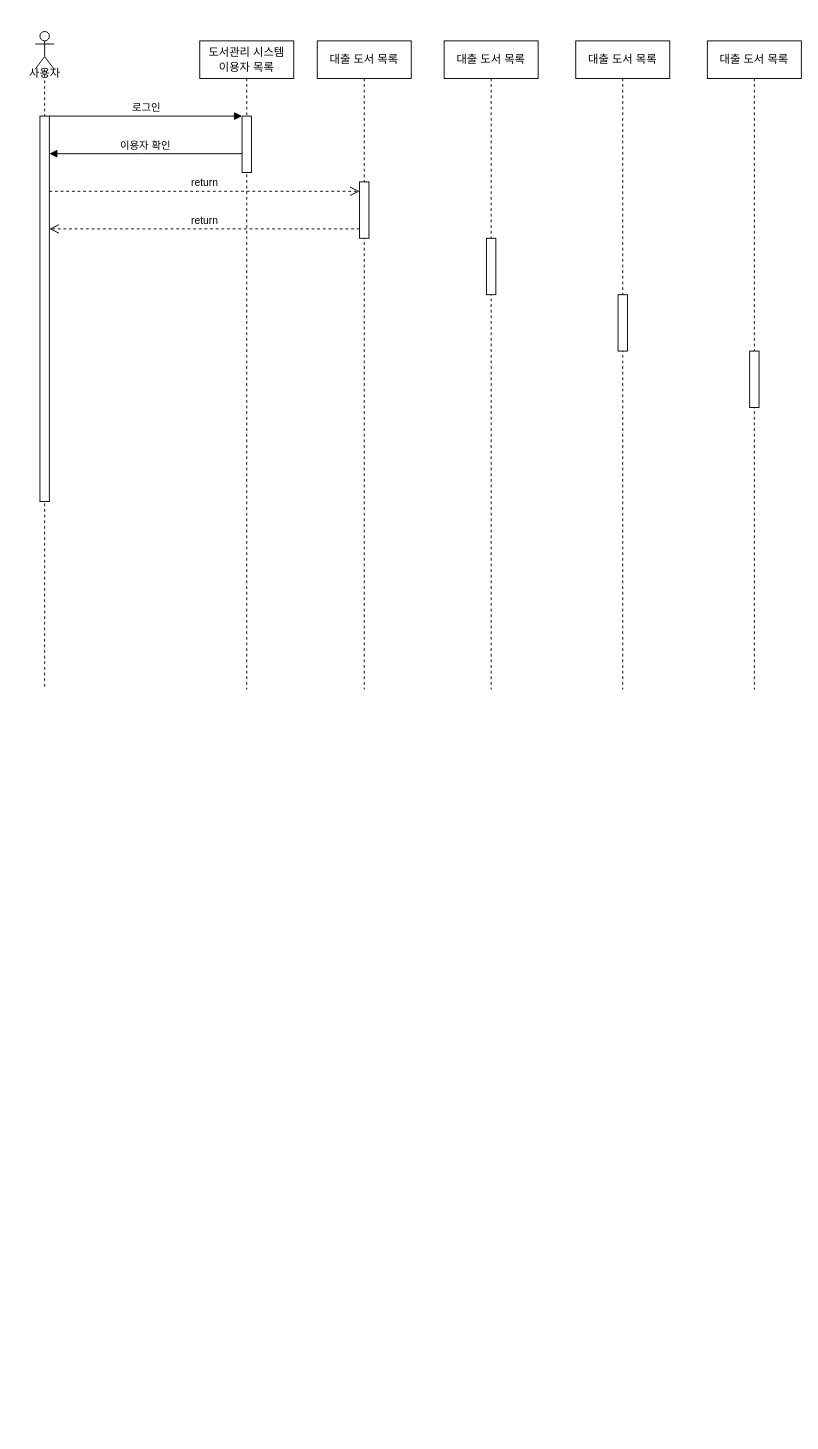
Earlier version of the draw.io diagram Behavioral_Modeling.drawio (ChanY00/-). Source tidied: cells renumbered, new cells numbered last; positions are measured from the earlier drawing's top-left corner, leaving out a move shared by most shapes. Both pictures are drawn from the tidied source at 94%, with x=0, y=0 at pixel (16, 31).
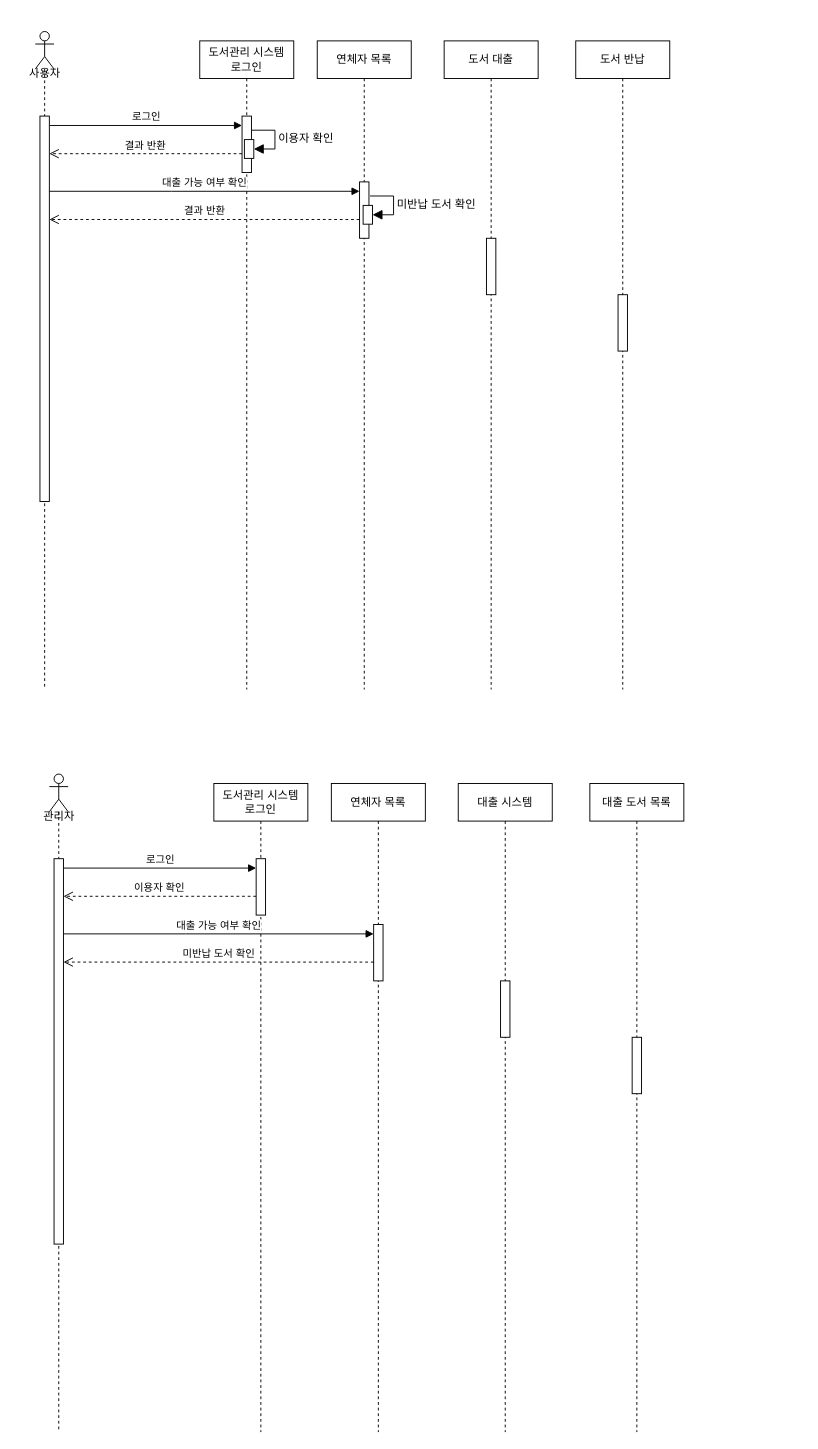
Above is the later version.

Unchanged cells that the change refers to:
```xml
<mxCell id="3" style="html=1;points=[];perimeter=orthogonalPerimeter;outlineConnect=0;targetShapes=umlLifeline;portConstraint=eastwest;newEdgeStyle={&quot;edgeStyle&quot;:&quot;elbowEdgeStyle&quot;,&quot;elbow&quot;:&quot;vertical&quot;,&quot;curved&quot;:0,&quot;rounded&quot;:0};" parent="2" vertex="1">
  <mxGeometry x="45" y="80" width="10" height="60" as="geometry" />
</mxCell>
<mxCell id="9" style="html=1;points=[];perimeter=orthogonalPerimeter;outlineConnect=0;targetShapes=umlLifeline;portConstraint=eastwest;newEdgeStyle={&quot;edgeStyle&quot;:&quot;elbowEdgeStyle&quot;,&quot;elbow&quot;:&quot;vertical&quot;,&quot;curved&quot;:0,&quot;rounded&quot;:0};" parent="8" vertex="1">
  <mxGeometry x="5" y="90" width="10" height="410" as="geometry" />
</mxCell>
<mxCell id="12" style="html=1;points=[];perimeter=orthogonalPerimeter;outlineConnect=0;targetShapes=umlLifeline;portConstraint=eastwest;newEdgeStyle={&quot;edgeStyle&quot;:&quot;elbowEdgeStyle&quot;,&quot;elbow&quot;:&quot;vertical&quot;,&quot;curved&quot;:0,&quot;rounded&quot;:0};" parent="11" vertex="1">
  <mxGeometry x="45" y="150" width="10" height="60" as="geometry" />
</mxCell>
```

Diff of the diagram source:
```diff
@@
-    <mxCell id="2" value="도서관리 시스템&lt;div&gt;이용자 목록&lt;/div&gt;" style="shape=umlLifeline;perimeter=lifelinePerimeter;whiteSpace=wrap;html=1;newEdgeStyle={&quot;edgeStyle&quot;:&quot;elbowEdgeStyle&quot;,&quot;elbow&quot;:&quot;vertical&quot;,&quot;curved&quot;:0,&quot;rounded&quot;:0};" parent="1" vertex="1">
+    <mxCell id="2" value="도서관리 시스템&lt;div&gt;로그인&lt;/div&gt;" style="shape=umlLifeline;perimeter=lifelinePerimeter;whiteSpace=wrap;html=1;newEdgeStyle={&quot;edgeStyle&quot;:&quot;elbowEdgeStyle&quot;,&quot;elbow&quot;:&quot;vertical&quot;,&quot;curved&quot;:0,&quot;rounded&quot;:0};" parent="1" vertex="1">
       <mxGeometry x="195" y="10" width="100" height="690" as="geometry" />
     </mxCell>
@@
+    <mxCell id="19" style="html=1;points=[[0,0,0,0,5],[0,1,0,0,-5],[1,0,0,0,5],[1,1,0,0,-5]];perimeter=orthogonalPerimeter;outlineConnect=0;targetShapes=umlLifeline;portConstraint=eastwest;newEdgeStyle={&quot;curved&quot;:0,&quot;rounded&quot;:0};" parent="2" vertex="1">
+      <mxGeometry x="47.5" y="105" width="10" height="20" as="geometry" />
+    </mxCell>
+    <mxCell id="20" value="이용자 확인" style="html=1;align=left;spacingLeft=2;endArrow=block;rounded=0;edgeStyle=orthogonalEdgeStyle;curved=0;rounded=0;fontSize=12;startSize=8;endSize=8;" parent="2" edge="1" source="3" target="19">
+      <mxGeometry relative="1" as="geometry">
+        <Array as="points">
+          <mxPoint x="80" y="95" />
+          <mxPoint x="80" y="115" />
+        </Array>
+      </mxGeometry>
+    </mxCell>
-    <mxCell id="4" value="로그인" style="html=1;verticalAlign=bottom;endArrow=block;edgeStyle=elbowEdgeStyle;elbow=vertical;curved=0;rounded=0;" parent="1" edge="1" source="9" target="3">
+    <mxCell id="4" value="로그인" style="html=1;verticalAlign=bottom;endArrow=block;edgeStyle=elbowEdgeStyle;elbow=vertical;curved=0;rounded=0;" parent="1" edge="1">
       <mxGeometry relative="1" as="geometry">
+        <mxPoint x="35" y="100" as="sourcePoint" />
+        <mxPoint x="240" y="100" as="targetPoint" />
         <Array as="points">
-          <mxPoint x="125" y="90" />
+          <mxPoint x="125" y="100" />
         </Array>
       </mxGeometry>
     </mxCell>
-    <mxCell id="5" value="return" style="html=1;verticalAlign=bottom;endArrow=open;dashed=1;endSize=8;edgeStyle=elbowEdgeStyle;elbow=vertical;curved=0;rounded=0;" parent="1" edge="1" source="12">
+    <mxCell id="5" value="결과 반환" style="html=1;verticalAlign=bottom;endArrow=open;dashed=1;endSize=8;edgeStyle=elbowEdgeStyle;elbow=vertical;curved=0;rounded=0;" parent="1" edge="1">
       <mxGeometry relative="1" as="geometry">
-        <mxPoint x="35" y="210" as="targetPoint" />
+        <mxPoint x="240" y="130" as="sourcePoint" />
+        <mxPoint x="35" y="130" as="targetPoint" />
         <Array as="points">
-          <mxPoint x="135" y="210" />
+          <mxPoint x="120" y="130" />
         </Array>
       </mxGeometry>
     </mxCell>
-    <mxCell id="6" value="이용자 확인" style="html=1;verticalAlign=bottom;endArrow=block;edgeStyle=elbowEdgeStyle;elbow=vertical;curved=0;rounded=0;" parent="1" edge="1" source="3" target="9">
-      <mxGeometry relative="1" as="geometry">
-        <Array as="points">
-          <mxPoint x="135" y="130" />
-        </Array>
-      </mxGeometry>
-    </mxCell>
-    <mxCell id="7" value="return" style="html=1;verticalAlign=bottom;endArrow=open;dashed=1;endSize=8;edgeStyle=elbowEdgeStyle;elbow=vertical;curved=0;rounded=0;" parent="1" edge="1" target="12">
-      <mxGeometry relative="1" as="geometry">
-        <mxPoint x="35" y="170" as="sourcePoint" />
-        <Array as="points">
-          <mxPoint x="90" y="170" />
-        </Array>
-      </mxGeometry>
-    </mxCell>
@@
-    <mxCell id="11" value="대출 도서 목록" style="shape=umlLifeline;perimeter=lifelinePerimeter;whiteSpace=wrap;html=1;newEdgeStyle={&quot;edgeStyle&quot;:&quot;elbowEdgeStyle&quot;,&quot;elbow&quot;:&quot;vertical&quot;,&quot;curved&quot;:0,&quot;rounded&quot;:0};" parent="1" vertex="1">
+    <mxCell id="11" value="연체자 목록" style="shape=umlLifeline;perimeter=lifelinePerimeter;whiteSpace=wrap;html=1;newEdgeStyle={&quot;edgeStyle&quot;:&quot;elbowEdgeStyle&quot;,&quot;elbow&quot;:&quot;vertical&quot;,&quot;curved&quot;:0,&quot;rounded&quot;:0};" parent="1" vertex="1">
       <mxGeometry x="320" y="10" width="100" height="690" as="geometry" />
     </mxCell>
@@
+    <mxCell id="21" style="html=1;points=[[0,0,0,0,5],[0,1,0,0,-5],[1,0,0,0,5],[1,1,0,0,-5]];perimeter=orthogonalPerimeter;outlineConnect=0;targetShapes=umlLifeline;portConstraint=eastwest;newEdgeStyle={&quot;curved&quot;:0,&quot;rounded&quot;:0};" parent="11" vertex="1">
+      <mxGeometry x="48.8" y="175" width="10" height="20" as="geometry" />
+    </mxCell>
+    <mxCell id="22" value="미반납 도서 확인" style="html=1;align=left;spacingLeft=2;endArrow=block;rounded=0;edgeStyle=orthogonalEdgeStyle;curved=0;rounded=0;fontSize=12;startSize=8;endSize=8;" parent="11" edge="1" target="21">
+      <mxGeometry relative="1" as="geometry">
+        <mxPoint x="56.2" y="165" as="sourcePoint" />
+        <Array as="points">
+          <mxPoint x="81.2" y="165" />
+          <mxPoint x="81.2" y="185" />
+        </Array>
+      </mxGeometry>
+    </mxCell>
-    <mxCell id="13" value="대출 도서 목록" style="shape=umlLifeline;perimeter=lifelinePerimeter;whiteSpace=wrap;html=1;newEdgeStyle={&quot;edgeStyle&quot;:&quot;elbowEdgeStyle&quot;,&quot;elbow&quot;:&quot;vertical&quot;,&quot;curved&quot;:0,&quot;rounded&quot;:0};" parent="1" vertex="1">
+    <mxCell id="13" value="도서 대출" style="shape=umlLifeline;perimeter=lifelinePerimeter;whiteSpace=wrap;html=1;newEdgeStyle={&quot;edgeStyle&quot;:&quot;elbowEdgeStyle&quot;,&quot;elbow&quot;:&quot;vertical&quot;,&quot;curved&quot;:0,&quot;rounded&quot;:0};" parent="1" vertex="1">
       <mxGeometry x="455" y="10" width="100" height="690" as="geometry" />
     </mxCell>
@@
-    <mxCell id="15" value="대출 도서 목록" style="shape=umlLifeline;perimeter=lifelinePerimeter;whiteSpace=wrap;html=1;newEdgeStyle={&quot;edgeStyle&quot;:&quot;elbowEdgeStyle&quot;,&quot;elbow&quot;:&quot;vertical&quot;,&quot;curved&quot;:0,&quot;rounded&quot;:0};" parent="1" vertex="1">
+    <mxCell id="15" value="도서 반납" style="shape=umlLifeline;perimeter=lifelinePerimeter;whiteSpace=wrap;html=1;newEdgeStyle={&quot;edgeStyle&quot;:&quot;elbowEdgeStyle&quot;,&quot;elbow&quot;:&quot;vertical&quot;,&quot;curved&quot;:0,&quot;rounded&quot;:0};" parent="1" vertex="1">
       <mxGeometry x="595" y="10" width="100" height="690" as="geometry" />
     </mxCell>
@@
+    <mxCell id="23" value="대출 가능 여부 확인" style="html=1;verticalAlign=bottom;endArrow=block;edgeStyle=elbowEdgeStyle;elbow=vertical;curved=0;rounded=0;" parent="1" edge="1">
+      <mxGeometry relative="1" as="geometry">
+        <mxPoint x="35" y="170" as="sourcePoint" />
+        <mxPoint x="365" y="170" as="targetPoint" />
+        <Array as="points">
+          <mxPoint x="165" y="170" />
+        </Array>
+      </mxGeometry>
+    </mxCell>
+    <mxCell id="24" value="결과 반환" style="html=1;verticalAlign=bottom;endArrow=open;dashed=1;endSize=8;edgeStyle=elbowEdgeStyle;elbow=vertical;curved=0;rounded=0;" parent="1" edge="1" source="12" target="9">
+      <mxGeometry relative="1" as="geometry">
+        <Array as="points">
+          <mxPoint x="175" y="200" />
+        </Array>
+      </mxGeometry>
+    </mxCell>
+    <mxCell id="25" value="도서관리 시스템&lt;div&gt;로그인&lt;/div&gt;" style="shape=umlLifeline;perimeter=lifelinePerimeter;whiteSpace=wrap;html=1;newEdgeStyle={&quot;edgeStyle&quot;:&quot;elbowEdgeStyle&quot;,&quot;elbow&quot;:&quot;vertical&quot;,&quot;curved&quot;:0,&quot;rounded&quot;:0};" parent="1" vertex="1">
+      <mxGeometry x="210" y="800" width="100" height="690" as="geometry" />
+    </mxCell>
+    <mxCell id="26" style="html=1;perimeter=orthogonalPerimeter;targetShapes=umlLifeline;newEdgeStyle={&quot;edgeStyle&quot;:&quot;elbowEdgeStyle&quot;,&quot;elbow&quot;:&quot;vertical&quot;,&quot;curved&quot;:0,&quot;rounded&quot;:0};" parent="25" vertex="1">
+      <mxGeometry x="45" y="80" width="10" height="60" as="geometry" />
+    </mxCell>
+    <mxCell id="27" value="로그인" style="html=1;verticalAlign=bottom;endArrow=block;edgeStyle=elbowEdgeStyle;elbow=vertical;curved=0;rounded=0;" parent="1" edge="1">
+      <mxGeometry relative="1" as="geometry">
+        <mxPoint x="50" y="890" as="sourcePoint" />
+        <mxPoint x="255" y="890" as="targetPoint" />
+        <Array as="points">
+          <mxPoint x="140" y="890" />
+        </Array>
+      </mxGeometry>
+    </mxCell>
+    <mxCell id="28" value="이용자 확인" style="html=1;verticalAlign=bottom;endArrow=open;dashed=1;endSize=8;edgeStyle=elbowEdgeStyle;elbow=vertical;curved=0;rounded=0;" parent="1" edge="1">
+      <mxGeometry relative="1" as="geometry">
+        <mxPoint x="255" y="920" as="sourcePoint" />
+        <mxPoint x="50" y="920" as="targetPoint" />
+        <Array as="points">
+          <mxPoint x="135" y="920" />
+        </Array>
+      </mxGeometry>
+    </mxCell>
+    <mxCell id="29" value="&lt;div&gt;&lt;br&gt;&lt;/div&gt;&lt;div&gt;&lt;br&gt;&lt;/div&gt;&lt;div&gt;&lt;br&gt;&lt;/div&gt;&lt;div&gt;&lt;br&gt;&lt;/div&gt;&lt;div&gt;&lt;br&gt;&lt;/div&gt;" style="shape=umlLifeline;perimeter=lifelinePerimeter;whiteSpace=wrap;html=1;newEdgeStyle={&quot;curved&quot;:0,&quot;rounded&quot;:0};participant=umlActor;size=40;" parent="1" vertex="1">
+      <mxGeometry x="35" y="790" width="20" height="700" as="geometry" />
+    </mxCell>
+    <mxCell id="30" style="html=1;points=[];perimeter=orthogonalPerimeter;outlineConnect=0;targetShapes=umlLifeline;portConstraint=eastwest;newEdgeStyle={&quot;edgeStyle&quot;:&quot;elbowEdgeStyle&quot;,&quot;elbow&quot;:&quot;vertical&quot;,&quot;curved&quot;:0,&quot;rounded&quot;:0};" parent="29" vertex="1">
+      <mxGeometry x="5" y="90" width="10" height="410" as="geometry" />
+    </mxCell>
+    <mxCell id="31" value="관리자" style="text;html=1;align=center;verticalAlign=middle;strokeColor=none;fillColor=none;" parent="1" vertex="1">
+      <mxGeometry x="15" y="820" width="60" height="30" as="geometry" />
+    </mxCell>
+    <mxCell id="32" value="연체자 목록" style="shape=umlLifeline;perimeter=lifelinePerimeter;whiteSpace=wrap;html=1;newEdgeStyle={&quot;edgeStyle&quot;:&quot;elbowEdgeStyle&quot;,&quot;elbow&quot;:&quot;vertical&quot;,&quot;curved&quot;:0,&quot;rounded&quot;:0};" parent="1" vertex="1">
+      <mxGeometry x="335" y="800" width="100" height="690" as="geometry" />
+    </mxCell>
+    <mxCell id="33" style="html=1;points=[];perimeter=orthogonalPerimeter;outlineConnect=0;targetShapes=umlLifeline;portConstraint=eastwest;newEdgeStyle={&quot;edgeStyle&quot;:&quot;elbowEdgeStyle&quot;,&quot;elbow&quot;:&quot;vertical&quot;,&quot;curved&quot;:0,&quot;rounded&quot;:0};" parent="32" vertex="1">
+      <mxGeometry x="45" y="150" width="10" height="60" as="geometry" />
+    </mxCell>
+    <mxCell id="34" value="대출 시스템" style="shape=umlLifeline;perimeter=lifelinePerimeter;whiteSpace=wrap;html=1;newEdgeStyle={&quot;edgeStyle&quot;:&quot;elbowEdgeStyle&quot;,&quot;elbow&quot;:&quot;vertical&quot;,&quot;curved&quot;:0,&quot;rounded&quot;:0};" parent="1" vertex="1">
+      <mxGeometry x="470" y="800" width="100" height="690" as="geometry" />
+    </mxCell>
+    <mxCell id="35" style="html=1;perimeter=orthogonalPerimeter;targetShapes=umlLifeline;newEdgeStyle={&quot;edgeStyle&quot;:&quot;elbowEdgeStyle&quot;,&quot;elbow&quot;:&quot;vertical&quot;,&quot;curved&quot;:0,&quot;rounded&quot;:0};" parent="34" vertex="1">
+      <mxGeometry x="45" y="210" width="10" height="60" as="geometry" />
+    </mxCell>
     <mxCell id="17" value="대출 도서 목록" style="shape=umlLifeline;perimeter=lifelinePerimeter;whiteSpace=wrap;html=1;newEdgeStyle={&quot;edgeStyle&quot;:&quot;elbowEdgeStyle&quot;,&quot;elbow&quot;:&quot;vertical&quot;,&quot;curved&quot;:0,&quot;rounded&quot;:0};" parent="1" vertex="1">
-      <mxGeometry x="735" y="10" width="100" height="690" as="geometry" />
+      <mxGeometry x="610" y="800" width="100" height="690" as="geometry" />
     </mxCell>
-    <mxCell id="18" style="html=1;perimeter=orthogonalPerimeter;targetShapes=umlLifeline;newEdgeStyle={&quot;edgeStyle&quot;:&quot;elbowEdgeStyle&quot;,&quot;elbow&quot;:&quot;vertical&quot;,&quot;curved&quot;:0,&quot;rounded&quot;:0};" parent="17" vertex="1">
-      <mxGeometry x="45" y="330" width="10" height="60" as="geometry" />
-    </mxCell>
+    <mxCell id="36" style="html=1;perimeter=orthogonalPerimeter;targetShapes=umlLifeline;newEdgeStyle={&quot;edgeStyle&quot;:&quot;elbowEdgeStyle&quot;,&quot;elbow&quot;:&quot;vertical&quot;,&quot;curved&quot;:0,&quot;rounded&quot;:0};" parent="17" vertex="1">
+      <mxGeometry x="45" y="270" width="10" height="60" as="geometry" />
+    </mxCell>
+    <mxCell id="37" value="대출 가능 여부 확인" style="html=1;verticalAlign=bottom;endArrow=block;edgeStyle=elbowEdgeStyle;elbow=vertical;curved=0;rounded=0;" parent="1" edge="1">
+      <mxGeometry relative="1" as="geometry">
+        <mxPoint x="50" y="960" as="sourcePoint" />
+        <mxPoint x="380" y="960" as="targetPoint" />
+        <Array as="points">
+          <mxPoint x="180" y="960" />
+        </Array>
+      </mxGeometry>
+    </mxCell>
+    <mxCell id="38" value="미반납 도서 확인" style="html=1;verticalAlign=bottom;endArrow=open;dashed=1;endSize=8;edgeStyle=elbowEdgeStyle;elbow=vertical;curved=0;rounded=0;" parent="1" edge="1" source="33" target="30">
+      <mxGeometry relative="1" as="geometry">
+        <Array as="points">
+          <mxPoint x="190" y="990" />
+        </Array>
+      </mxGeometry>
+    </mxCell>
```
